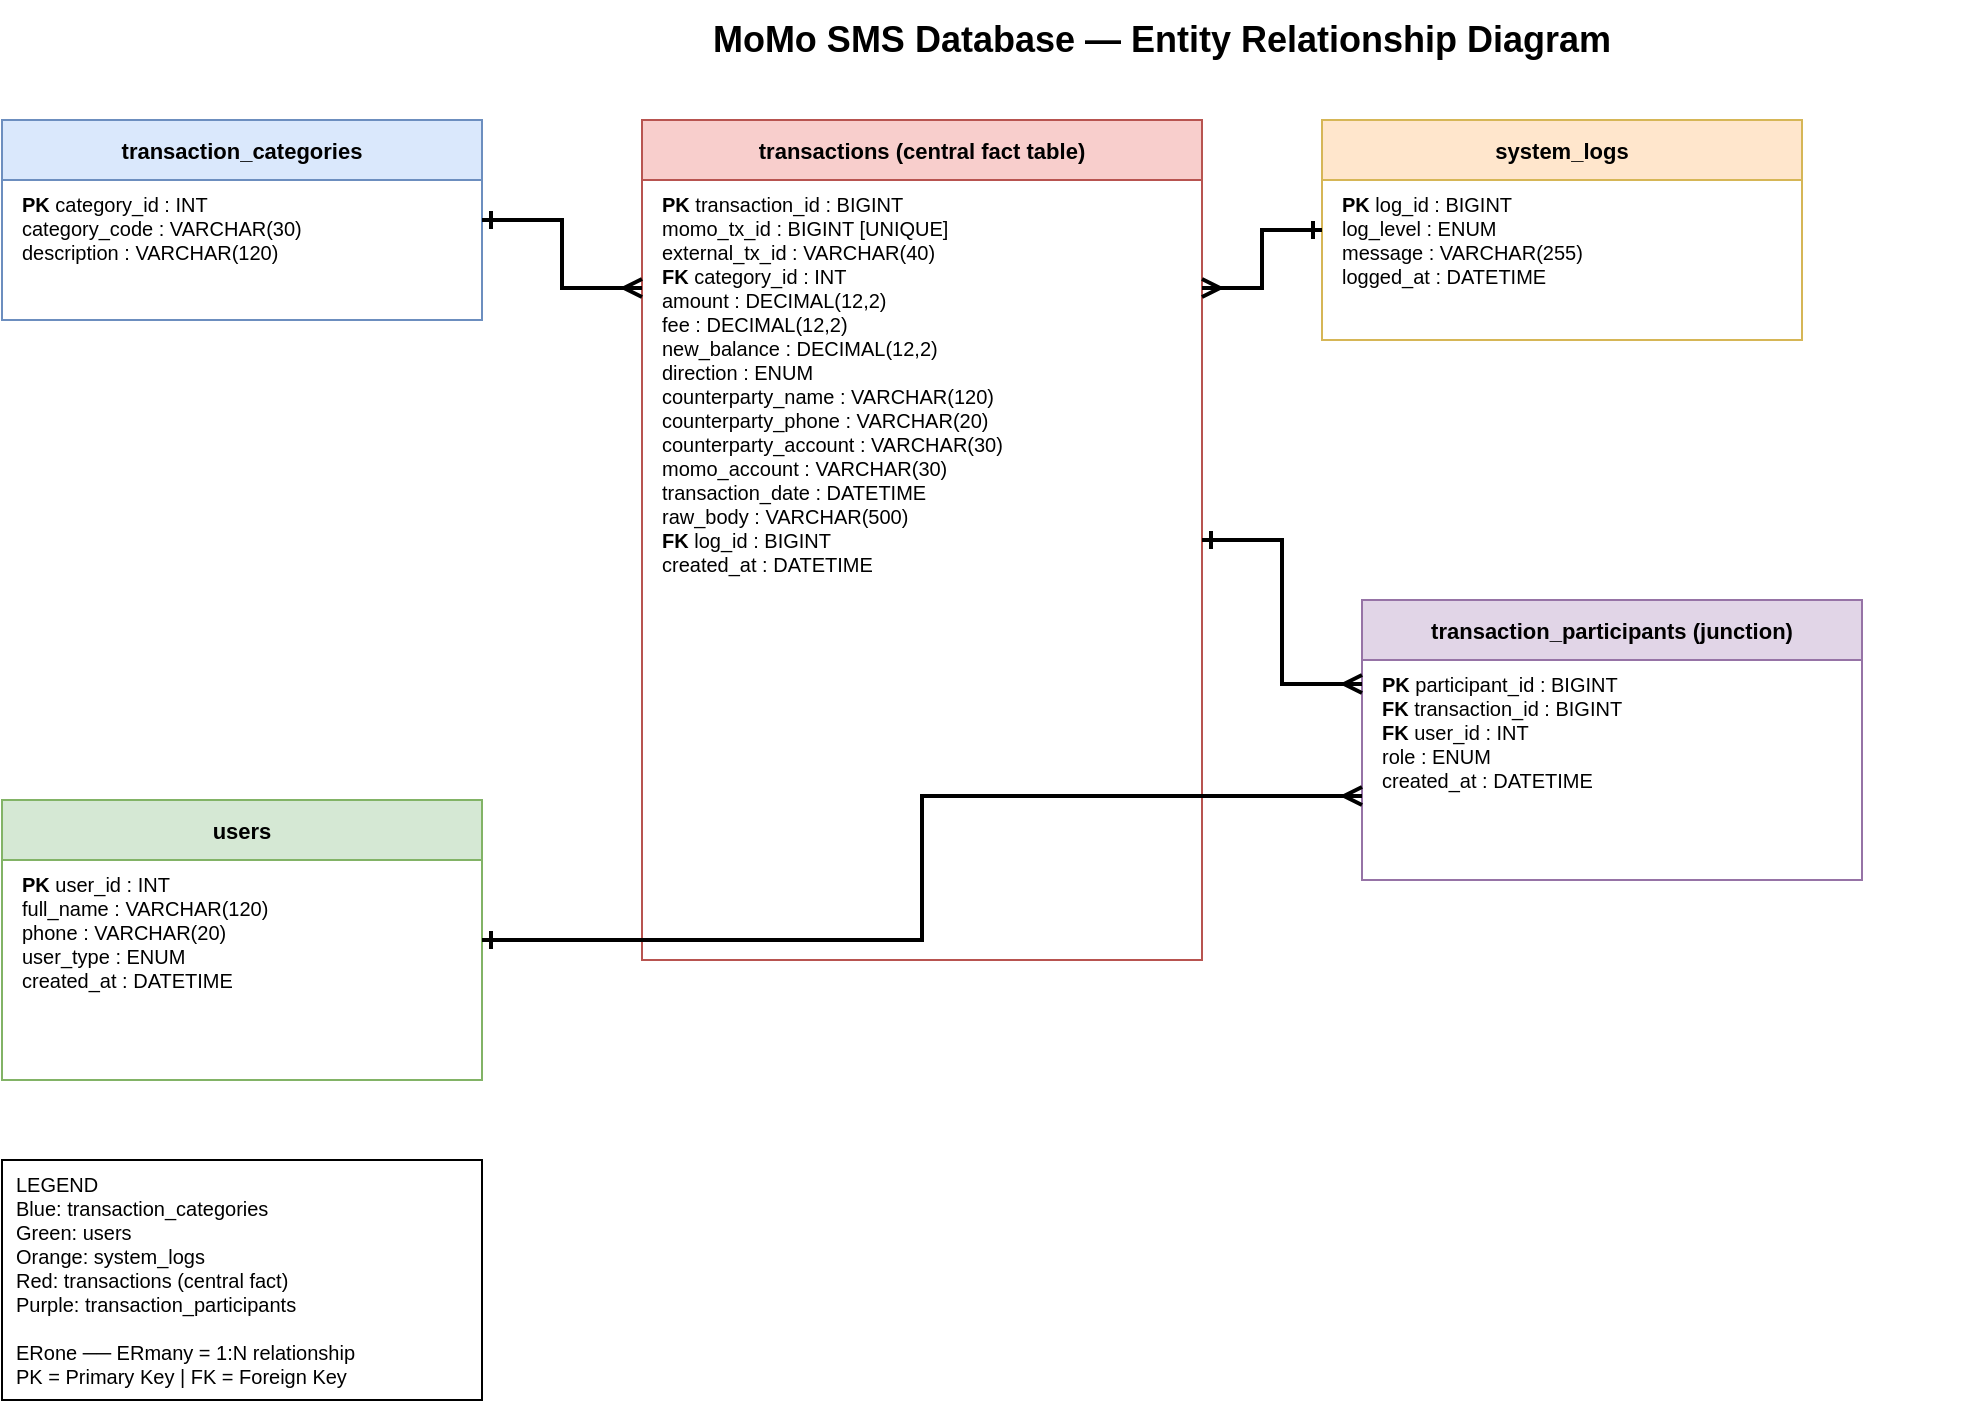
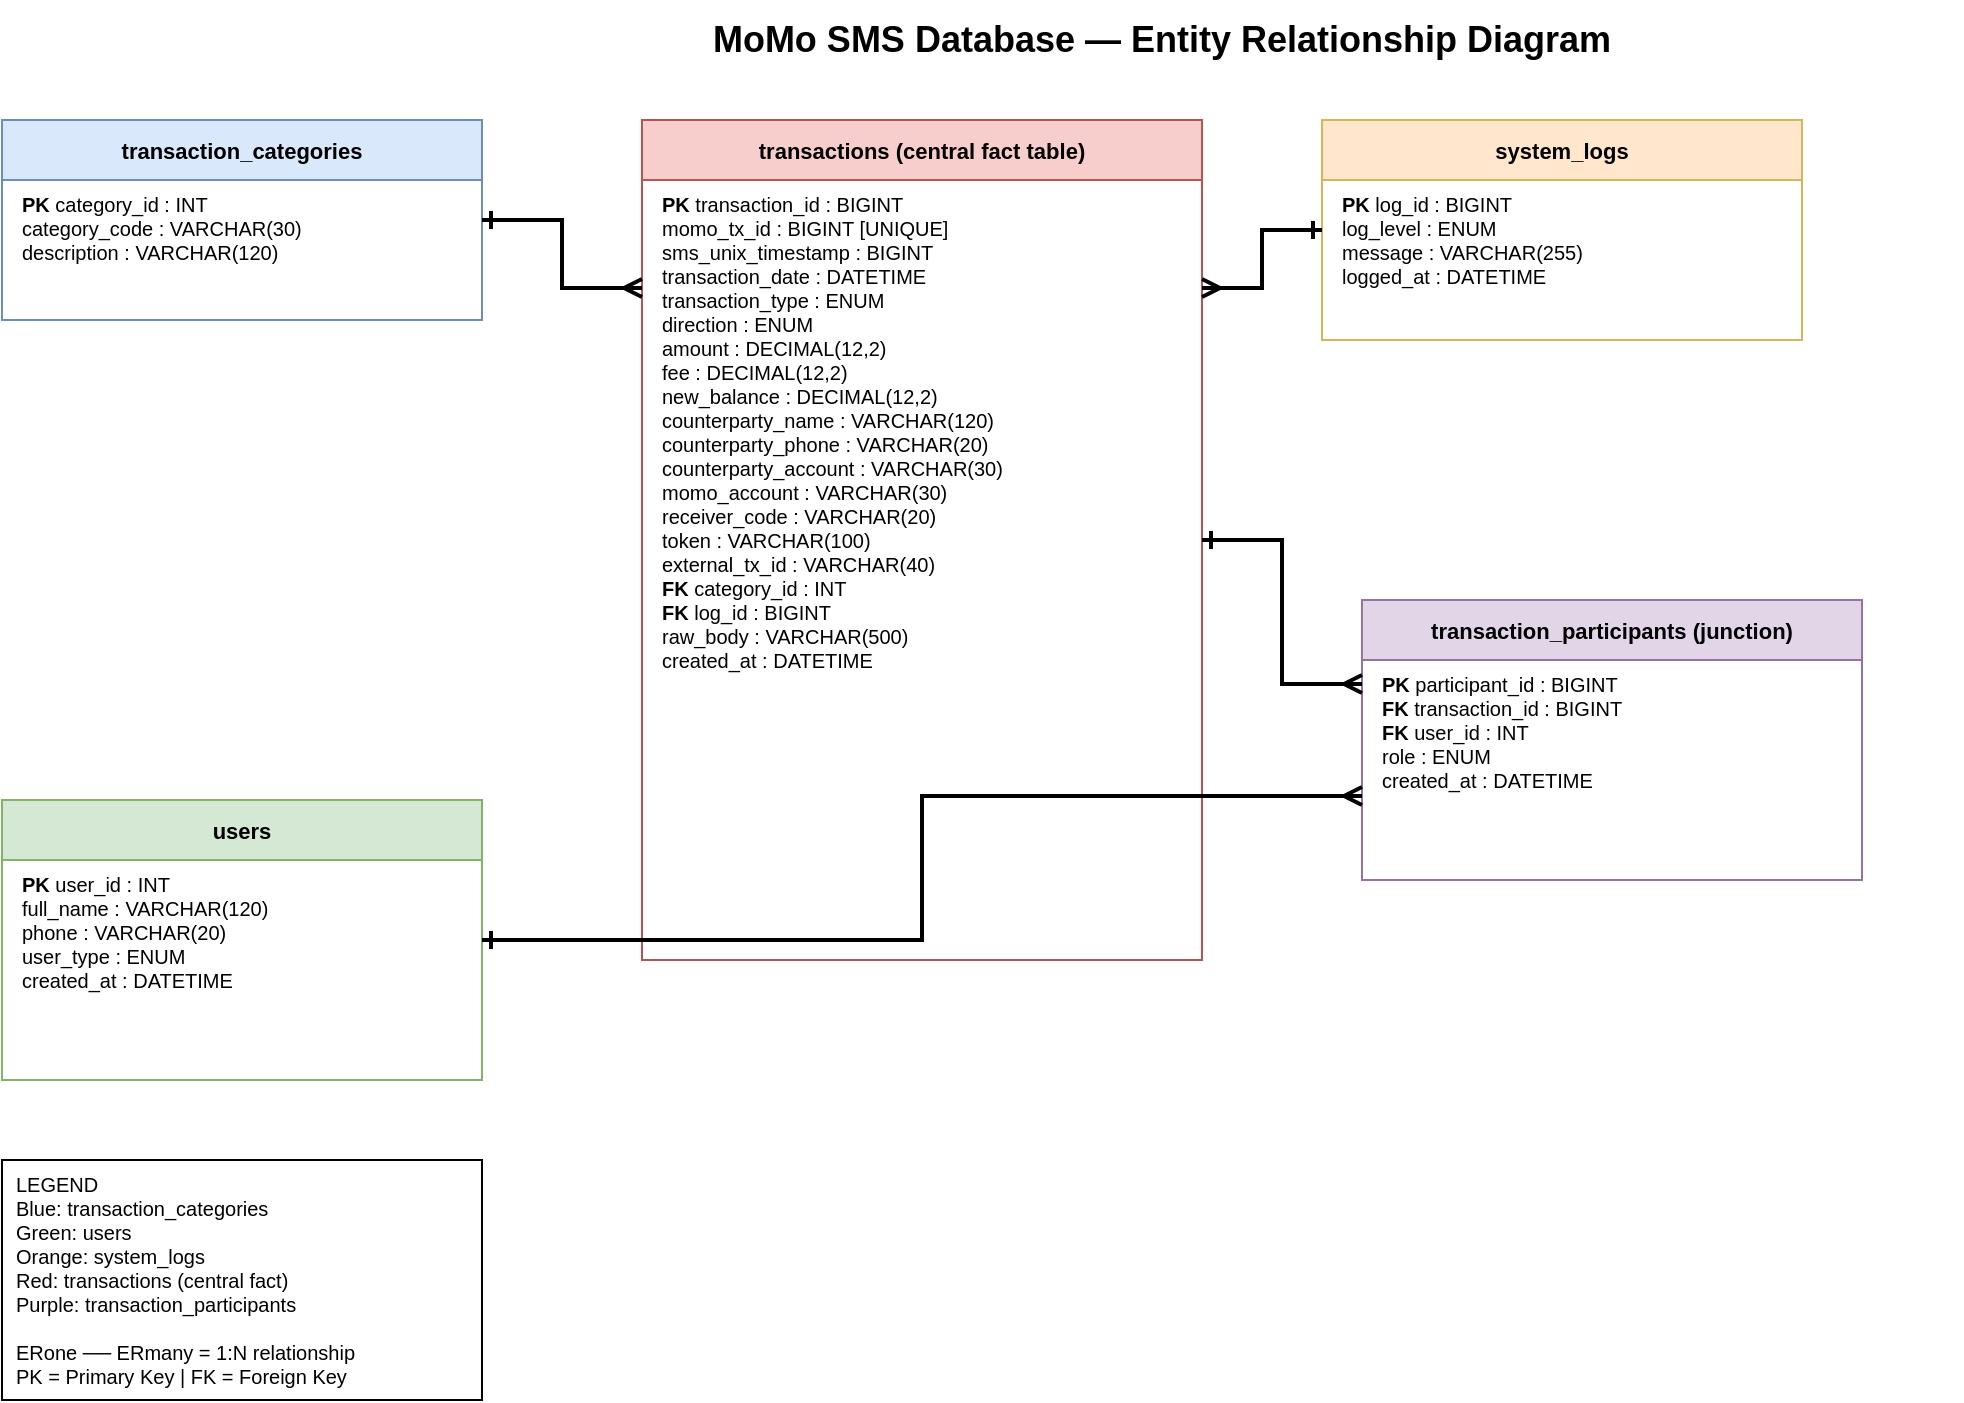
<mxfile host="app.diagrams.net">
  <diagram name="Page-1" id="RZDx-B8Qi4PAQ91pBv2u">
-     <mxGraphModel dx="1290" dy="752" grid="1" gridSize="10" guides="1" tooltips="1" connect="1" arrows="1" fold="1" page="1" pageScale="1" pageWidth="850" pageHeight="1100" background="light-dark(#FFFFFF,#000000)" math="0" shadow="0">
+     <mxGraphModel dx="1032" dy="601" grid="1" gridSize="10" guides="1" tooltips="1" connect="1" arrows="1" fold="1" page="1" pageScale="1" pageWidth="850" pageHeight="1100" background="light-dark(#FFFFFF,#000000)" math="0" shadow="0">
      <root>
        <mxCell id="0" />
        <mxCell id="1" parent="0" />
        <mxCell id="title" parent="1" style="text;html=1;strokeColor=none;fillColor=none;align=center;verticalAlign=middle;whiteSpace=wrap;rounded=0;fontSize=18;fontStyle=1" value="MoMo SMS Database — Entity Relationship Diagram" vertex="1">
          <mxGeometry height="40" width="800" x="200" y="20" as="geometry" />
        </mxCell>
        <mxCell id="tc" parent="1" style="swimlane;startSize=30;fillColor=#dae8fc;strokeColor=#6c8ebf;fontStyle=1;fontSize=11;" value="transaction_categories" vertex="1">
          <mxGeometry height="100" width="240" x="20" y="80" as="geometry" />
        </mxCell>
        <mxCell id="tc1" parent="tc" style="text;html=1;align=left;spacingLeft=8;fontSize=10;verticalAlign=top;" value="&lt;b&gt;PK&lt;/b&gt; category_id : INT&lt;br/&gt;category_code : VARCHAR(30)&lt;br/&gt;description : VARCHAR(120)" vertex="1">
          <mxGeometry height="70" width="240" y="30" as="geometry" />
        </mxCell>
        <mxCell id="u" parent="1" style="swimlane;startSize=30;fillColor=#d5e8d4;strokeColor=#82b366;fontStyle=1;fontSize=11;" value="users" vertex="1">
          <mxGeometry height="140" width="240" x="20" y="420" as="geometry" />
        </mxCell>
        <mxCell id="u1" parent="u" style="text;html=1;align=left;spacingLeft=8;fontSize=10;verticalAlign=top;" value="&lt;b&gt;PK&lt;/b&gt; user_id : INT&lt;br/&gt;full_name : VARCHAR(120)&lt;br/&gt;phone : VARCHAR(20)&lt;br/&gt;user_type : ENUM&lt;br/&gt;created_at : DATETIME" vertex="1">
          <mxGeometry height="110" width="240" y="30" as="geometry" />
        </mxCell>
        <mxCell id="sl" parent="1" style="swimlane;startSize=30;fillColor=#ffe6cc;strokeColor=#d6b656;fontStyle=1;fontSize=11;" value="system_logs" vertex="1">
          <mxGeometry height="110" width="240" x="680" y="80" as="geometry" />
        </mxCell>
        <mxCell id="sl1" parent="sl" style="text;html=1;align=left;spacingLeft=8;fontSize=10;verticalAlign=top;" value="&lt;b&gt;PK&lt;/b&gt; log_id : BIGINT&lt;br/&gt;log_level : ENUM&lt;br/&gt;message : VARCHAR(255)&lt;br/&gt;logged_at : DATETIME" vertex="1">
          <mxGeometry height="80" width="240" y="30" as="geometry" />
        </mxCell>
        <mxCell id="tr" parent="1" style="swimlane;startSize=30;fillColor=#f8cecc;strokeColor=#b85450;fontStyle=1;fontSize=11;" value="transactions  (central fact table)" vertex="1">
          <mxGeometry height="420" width="280" x="340" y="80" as="geometry" />
        </mxCell>
-         <mxCell id="tr1" parent="tr" style="text;html=1;align=left;spacingLeft=8;fontSize=10;verticalAlign=top;" value="&lt;b&gt;PK&lt;/b&gt; transaction_id : BIGINT&lt;br/&gt;momo_tx_id : BIGINT [UNIQUE]&lt;br/&gt;external_tx_id : VARCHAR(40)&lt;br/&gt;&lt;b&gt;FK&lt;/b&gt; category_id : INT&lt;br/&gt;amount : DECIMAL(12,2)&lt;br/&gt;fee : DECIMAL(12,2)&lt;br/&gt;new_balance : DECIMAL(12,2)&lt;br/&gt;direction : ENUM&lt;br/&gt;counterparty_name : VARCHAR(120)&lt;br/&gt;counterparty_phone : VARCHAR(20)&lt;br/&gt;counterparty_account : VARCHAR(30)&lt;br/&gt;momo_account : VARCHAR(30)&lt;br/&gt;transaction_date : DATETIME&lt;br/&gt;raw_body : VARCHAR(500)&lt;br/&gt;&lt;b&gt;FK&lt;/b&gt; log_id : BIGINT&lt;br/&gt;created_at : DATETIME" vertex="1">
+         <mxCell id="tr1" parent="tr" style="text;html=1;align=left;spacingLeft=8;fontSize=10;verticalAlign=top;" value="&lt;div&gt;&lt;b&gt;PK&lt;/b&gt; transaction_id : BIGINT&lt;/div&gt;&lt;div&gt;momo_tx_id : BIGINT [UNIQUE]&lt;/div&gt;&lt;div&gt;sms_unix_timestamp : BIGINT&lt;/div&gt;&lt;div&gt;transaction_date : DATETIME&lt;/div&gt;&lt;div&gt;transaction_type : ENUM&lt;/div&gt;&lt;div&gt;direction : ENUM&lt;/div&gt;&lt;div&gt;amount : DECIMAL(12,2)&lt;/div&gt;&lt;div&gt;fee : DECIMAL(12,2)&lt;/div&gt;&lt;div&gt;new_balance : DECIMAL(12,2)&lt;/div&gt;&lt;div&gt;counterparty_name : VARCHAR(120)&lt;/div&gt;&lt;div&gt;counterparty_phone : VARCHAR(20)&lt;/div&gt;&lt;div&gt;counterparty_account : VARCHAR(30)&lt;/div&gt;&lt;div&gt;momo_account : VARCHAR(30)&lt;/div&gt;&lt;div&gt;receiver_code : VARCHAR(20)&lt;/div&gt;&lt;div&gt;token : VARCHAR(100)&lt;/div&gt;&lt;div&gt;external_tx_id : VARCHAR(40)&lt;/div&gt;&lt;div&gt;&lt;b&gt;FK&lt;/b&gt; category_id : INT&lt;/div&gt;&lt;div&gt;&lt;b&gt;FK&lt;/b&gt; log_id : BIGINT&lt;/div&gt;&lt;div&gt;raw_body : VARCHAR(500)&lt;/div&gt;&lt;div&gt;created_at : DATETIME&lt;/div&gt;" vertex="1">
          <mxGeometry height="390" width="280" y="30" as="geometry" />
        </mxCell>
        <mxCell id="tp" parent="1" style="swimlane;startSize=30;fillColor=#e1d5e7;strokeColor=#9673a6;fontStyle=1;fontSize=11;" value="transaction_participants  (junction)" vertex="1">
          <mxGeometry height="140" width="250" x="700" y="320" as="geometry" />
        </mxCell>
        <mxCell id="tp1" parent="tp" style="text;html=1;align=left;spacingLeft=8;fontSize=10;verticalAlign=top;" value="&lt;b&gt;PK&lt;/b&gt; participant_id : BIGINT&lt;br/&gt;&lt;b&gt;FK&lt;/b&gt; transaction_id : BIGINT&lt;br/&gt;&lt;b&gt;FK&lt;/b&gt; user_id : INT&lt;br/&gt;role : ENUM&lt;br/&gt;created_at : DATETIME" vertex="1">
          <mxGeometry height="110" width="250" y="30" as="geometry" />
        </mxCell>
        <mxCell id="e1" edge="1" parent="1" source="tc" style="edgeStyle=orthogonalEdgeStyle;rounded=0;orthogonalLoop=1;jettySize=auto;html=1;startArrow=ERone;startFill=0;endArrow=ERmany;strokeWidth=2;endFill=0;fontSize=10;exitX=1;exitY=0.5;exitDx=0;exitDy=0;entryX=0;entryY=0.2;entryDx=0;entryDy=0;" target="tr" value="">
          <mxGeometry relative="1" as="geometry" />
        </mxCell>
        <mxCell id="e2" edge="1" parent="1" source="sl" style="edgeStyle=orthogonalEdgeStyle;rounded=0;orthogonalLoop=1;jettySize=auto;html=1;startArrow=ERone;startFill=0;endArrow=ERmany;strokeWidth=2;endFill=0;fontSize=10;exitX=0;exitY=0.5;exitDx=0;exitDy=0;entryX=1;entryY=0.2;entryDx=0;entryDy=0;" target="tr" value="">
          <mxGeometry relative="1" as="geometry" />
        </mxCell>
        <mxCell id="e3" edge="1" parent="1" source="tr" style="edgeStyle=orthogonalEdgeStyle;rounded=0;orthogonalLoop=1;jettySize=auto;html=1;startArrow=ERone;startFill=0;endArrow=ERmany;strokeWidth=2;endFill=0;fontSize=10;exitX=1;exitY=0.5;exitDx=0;exitDy=0;entryX=0;entryY=0.3;entryDx=0;entryDy=0;" target="tp" value="">
          <mxGeometry relative="1" as="geometry" />
        </mxCell>
        <mxCell id="e4" edge="1" parent="1" source="u" style="edgeStyle=orthogonalEdgeStyle;rounded=0;orthogonalLoop=1;jettySize=auto;html=1;startArrow=ERone;startFill=0;endArrow=ERmany;strokeWidth=2;endFill=0;fontSize=10;exitX=1;exitY=0.5;exitDx=0;exitDy=0;entryX=0;entryY=0.7;entryDx=0;entryDy=0;" target="tp" value="">
          <mxGeometry relative="1" as="geometry" />
        </mxCell>
        <mxCell id="legend" parent="1" style="rounded=0;whiteSpace=wrap;html=1;fillColor=#ffffff;strokeColor=#000000;align=left;spacingLeft=5;fontSize=10;" value="LEGEND&lt;br/&gt;Blue: transaction_categories&lt;br/&gt;Green: users&lt;br/&gt;Orange: system_logs&lt;br/&gt;Red: transactions (central fact)&lt;br/&gt;Purple: transaction_participants&lt;br/&gt;&lt;br/&gt;ERone ── ERmany = 1:N relationship&lt;br/&gt;PK = Primary Key | FK = Foreign Key" vertex="1">
          <mxGeometry height="120" width="240" x="20" y="600" as="geometry" />
        </mxCell>
      </root>
    </mxGraphModel>
  </diagram>
</mxfile>
